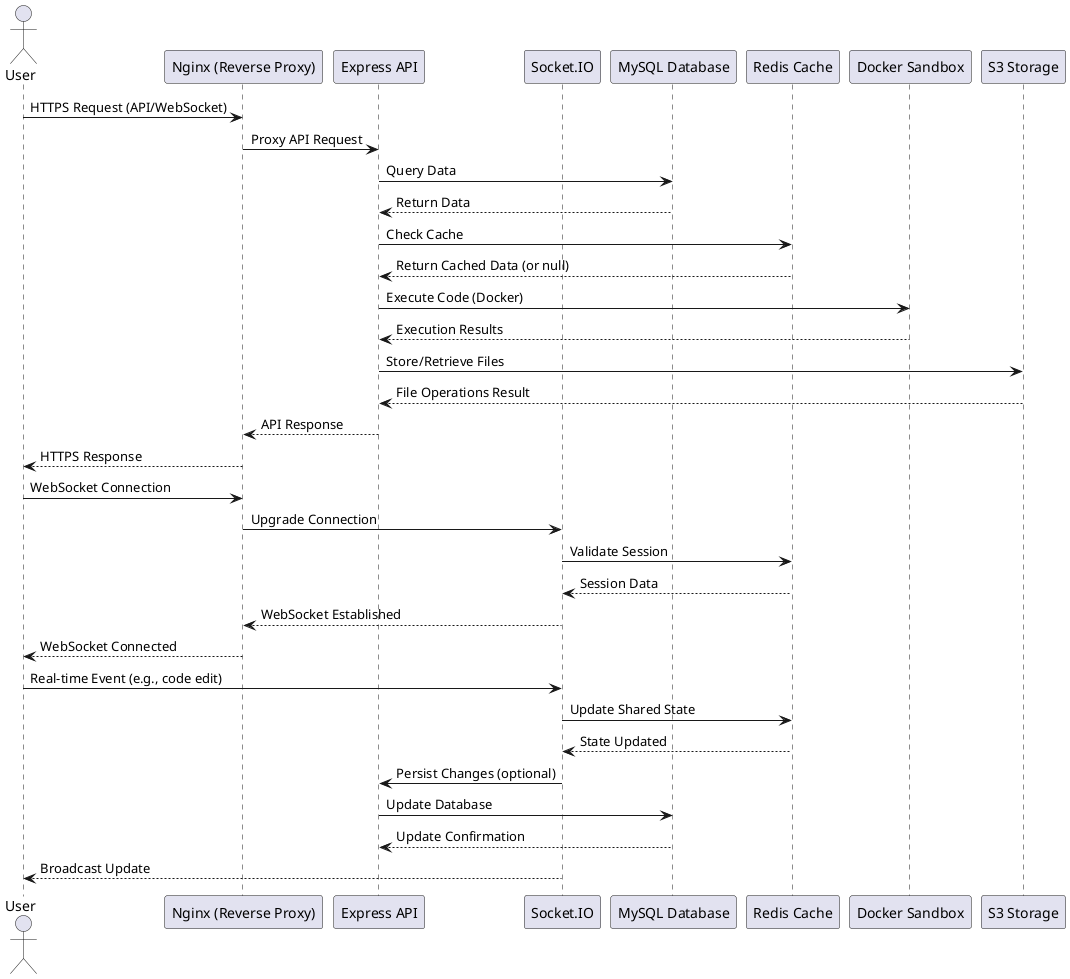
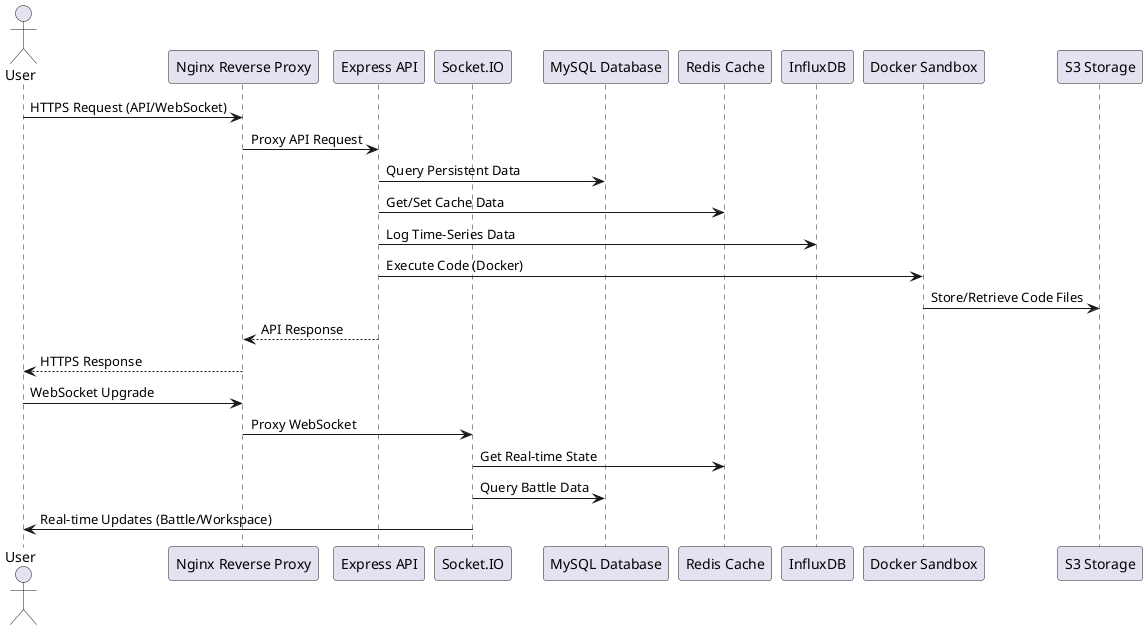
```plantuml
@startuml domingo1021_Bunny-code

actor User
- participant "Nginx (Reverse Proxy)" as Nginx
+ participant "Nginx Reverse Proxy" as Nginx
participant "Express API" as API
participant "Socket.IO" as Socket
participant "MySQL Database" as MySQL
participant "Redis Cache" as Redis
+ participant "InfluxDB" as InfluxDB
participant "Docker Sandbox" as Sandbox
participant "S3 Storage" as S3

User -> Nginx : HTTPS Request (API/WebSocket)
Nginx -> API : Proxy API Request
- API -> MySQL : Query Data
- MySQL --> API : Return Data
- API -> Redis : Check Cache
- Redis --> API : Return Cached Data (or null)
+ API -> MySQL : Query Persistent Data
+ API -> Redis : Get/Set Cache Data
+ API -> InfluxDB : Log Time-Series Data
API -> Sandbox : Execute Code (Docker)
- Sandbox --> API : Execution Results
- API -> S3 : Store/Retrieve Files
- S3 --> API : File Operations Result
+ Sandbox -> S3 : Store/Retrieve Code Files
API --> Nginx : API Response
Nginx --> User : HTTPS Response

- User -> Nginx : WebSocket Connection
- Nginx -> Socket : Upgrade Connection
- Socket -> Redis : Validate Session
- Redis --> Socket : Session Data
- Socket --> Nginx : WebSocket Established
- Nginx --> User : WebSocket Connected
- 
- User -> Socket : Real-time Event (e.g., code edit)
- Socket -> Redis : Update Shared State
- Redis --> Socket : State Updated
- Socket -> API : Persist Changes (optional)
- API -> MySQL : Update Database
- MySQL --> API : Update Confirmation
- Socket --> User : Broadcast Update
+ User -> Nginx : WebSocket Upgrade
+ Nginx -> Socket : Proxy WebSocket
+ Socket -> Redis : Get Real-time State
+ Socket -> MySQL : Query Battle Data
+ Socket -> User : Real-time Updates (Battle/Workspace)

@enduml
```